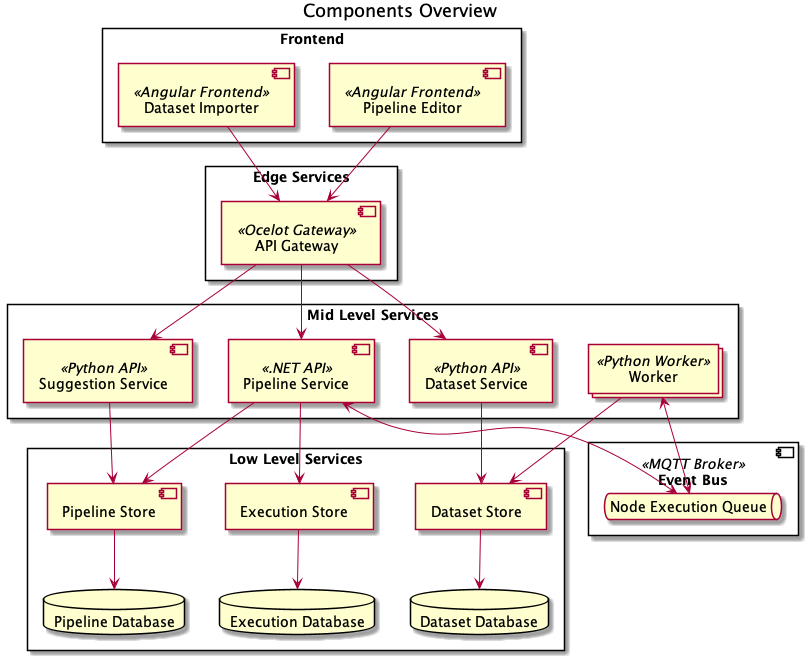
This is docs/architecture/overview.png from project-hanse/prototype-a, a PlantUML export, as it was before one commit.
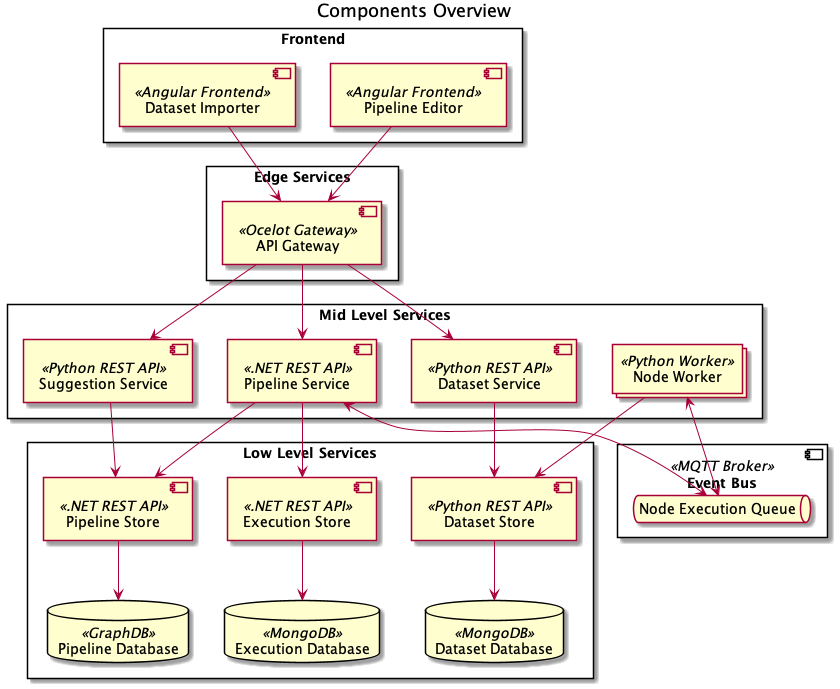
Later version of the same file.

Commit message:
[PH-39] Updated overview document

What changed in the source:
```diff
@@ -13,21 +13,21 @@
 }
 
 rectangle "Mid Level Services" {
-    component "Pipeline Service" << .NET API >> as pipeline_service
-    collections  "Worker" <<Python Worker>> as worker
-    component "Suggestion Service" << Python API >> as suggestion_service
-    component "Dataset Service" << Python API >> as dataset_service
+    component "Pipeline Service" << .NET REST API >> as pipeline_service
+    collections  "Node Worker" <<Python Worker>> as worker
+    component "Suggestion Service" << Python REST API >> as suggestion_service
+    component "Dataset Service" << Python REST API >> as dataset_service
 }
 
 rectangle "Low Level Services" {
-    component "Pipeline Store" as pipeline_store
-    database "Pipeline Database" as pipeline_db
+    component "Pipeline Store" << .NET REST API >> as pipeline_store
+    database "Pipeline Database" << GraphDB >> as pipeline_db
 
-    component "Execution Store" as execution_store
-    database "Execution Database" as execution_db
+    component "Execution Store" << .NET REST API >> as execution_store
+    database "Execution Database" << MongoDB >> as execution_db
 
-    component "Dataset Store" as dataset_store
-    database "Dataset Database" as dataset_db
+    component "Dataset Store" << Python REST API >> as dataset_store
+    database "Dataset Database" << MongoDB >> as dataset_db
 }
 
 component "Event Bus" << MQTT Broker >> as message_broker {
```
